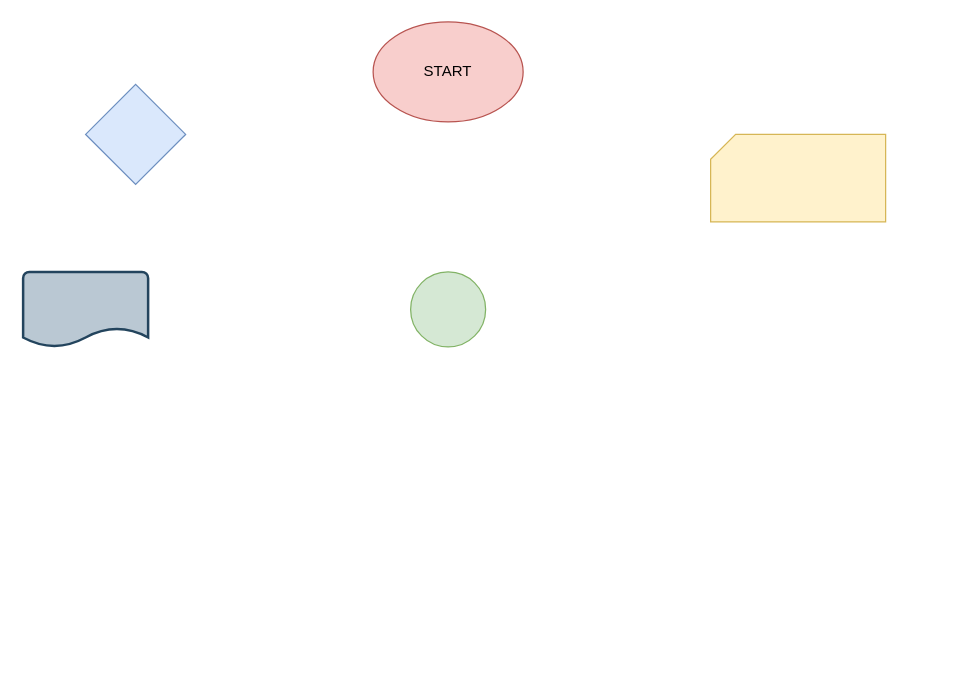
dovk/fintek-cobol keeps this draw.io diagram as page "Gen" (1 of 2) of resources/pgm.drawio. Above is the earlier version. Source tidied: cells renumbered, new cells numbered last; positions are measured from the earlier drawing's top-left corner, leaving out a move shared by most shapes. Both pictures are drawn from the tidied source at 125%, with x=0, y=0 at pixel (22, 21).
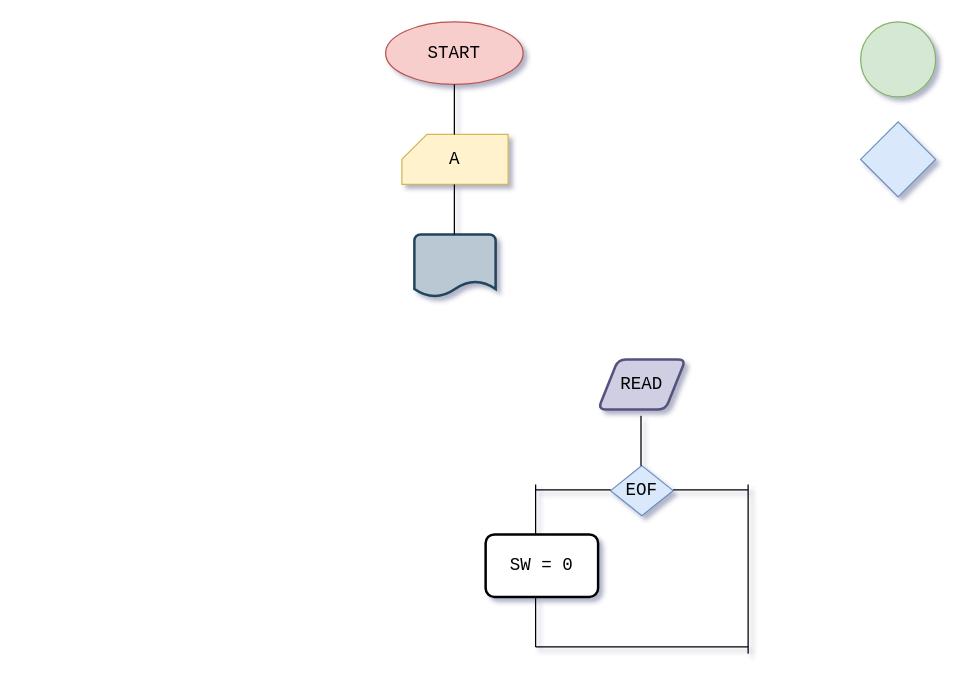
The same diagram, later.

What changed in the source:
```diff
@@
-<mxGraphModel>
+<mxGraphModel shadow="1">
@@
     <mxCell id="2" style="rhombus;whiteSpace=wrap;html=1;fillColor=#dae8fc;strokeColor=#6c8ebf;" parent="1" vertex="1">
-      <mxGeometry x="50" y="50" width="80" height="80" as="geometry" />
+      <mxGeometry x="670" y="80" width="60" height="60" as="geometry" />
     </mxCell>
-    <mxCell id="3" value="START" style="ellipse;whiteSpace=wrap;html=1;fillColor=#f8cecc;strokeColor=#b85450;" parent="1" vertex="1">
-      <mxGeometry x="280" width="120" height="80" as="geometry" />
+    <mxCell id="3" value="&lt;font style=&quot;font-size: 14px&quot; face=&quot;Courier New&quot;&gt;START&lt;/font&gt;" style="ellipse;whiteSpace=wrap;html=1;fillColor=#f8cecc;strokeColor=#b85450;" parent="1" vertex="1">
+      <mxGeometry x="290" width="110" height="50" as="geometry" />
     </mxCell>
     <mxCell id="4" style="strokeWidth=2;html=1;shape=mxgraph.flowchart.document2;whiteSpace=wrap;size=0.25;fillColor=#bac8d3;strokeColor=#23445d;" parent="1" vertex="1">
-      <mxGeometry y="200" width="100" height="60" as="geometry" />
+      <mxGeometry x="313" y="170" width="65" height="50" as="geometry" />
     </mxCell>
     <mxCell id="5" style="verticalLabelPosition=bottom;verticalAlign=top;html=1;shape=mxgraph.flowchart.on-page_reference;fillColor=#d5e8d4;strokeColor=#82b366;" parent="1" vertex="1">
-      <mxGeometry x="310" y="200" width="60" height="60" as="geometry" />
+      <mxGeometry x="670" width="60" height="60" as="geometry" />
     </mxCell>
-    <mxCell id="6" style="shape=card;whiteSpace=wrap;html=1;size=20;fillColor=#fff2cc;strokeColor=#d6b656;" parent="1" vertex="1">
-      <mxGeometry x="550" y="90" width="140" height="70" as="geometry" />
+    <mxCell id="6" value="&lt;font face=&quot;Courier New&quot; style=&quot;font-size: 14px&quot;&gt;A&lt;/font&gt;" style="shape=card;whiteSpace=wrap;html=1;size=20;fillColor=#fff2cc;strokeColor=#d6b656;" parent="1" vertex="1">
+      <mxGeometry x="303" y="90" width="85" height="40" as="geometry" />
     </mxCell>
+    <mxCell id="7" style="endArrow=none;html=1;" parent="1" edge="1">
+      <mxGeometry relative="1" as="geometry">
+        <mxPoint x="345" y="90" as="sourcePoint" />
+        <mxPoint x="345" y="50" as="targetPoint" />
+      </mxGeometry>
+    </mxCell>
+    <mxCell id="8" style="endArrow=none;html=1;" parent="1" edge="1">
+      <mxGeometry relative="1" as="geometry">
+        <mxPoint x="345" y="170" as="sourcePoint" />
+        <mxPoint x="345" y="130" as="targetPoint" />
+        <Array as="points">
+          <mxPoint x="345" y="170" />
+        </Array>
+      </mxGeometry>
+    </mxCell>
+    <mxCell id="9" style="edgeStyle=orthogonalEdgeStyle;rounded=0;orthogonalLoop=1;jettySize=auto;html=1;exitX=0.5;exitY=1;exitDx=0;exitDy=0;" parent="1" edge="1" source="2" target="2">
+      <mxGeometry relative="1" as="geometry" />
+    </mxCell>
+    <mxCell id="10" value="&lt;font face=&quot;Courier New&quot; style=&quot;font-size: 14px&quot;&gt;READ&lt;/font&gt;" style="shape=parallelogram;html=1;strokeWidth=2;perimeter=parallelogramPerimeter;whiteSpace=wrap;rounded=1;arcSize=12;size=0.23;fillColor=#d0cee2;strokeColor=#56517e;" parent="1" vertex="1">
+      <mxGeometry x="460" y="270" width="70" height="40" as="geometry" />
+    </mxCell>
+    <mxCell id="11" value="&lt;font face=&quot;Courier New&quot; style=&quot;font-size: 14px&quot;&gt;EOF&lt;/font&gt;" style="rhombus;whiteSpace=wrap;html=1;fillColor=#dae8fc;strokeColor=#6c8ebf;" parent="1" vertex="1">
+      <mxGeometry x="470" y="355" width="50" height="40" as="geometry" />
+    </mxCell>
+    <mxCell id="12" style="endArrow=none;html=1;" parent="1" edge="1">
+      <mxGeometry relative="1" as="geometry">
+        <mxPoint x="410" y="374.3" as="sourcePoint" />
+        <mxPoint x="470" y="374.3" as="targetPoint" />
+      </mxGeometry>
+    </mxCell>
+    <mxCell id="13" style="endArrow=none;html=1;" parent="1" edge="1">
+      <mxGeometry relative="1" as="geometry">
+        <mxPoint x="520" y="374.3" as="sourcePoint" />
+        <mxPoint x="580" y="374.3" as="targetPoint" />
+      </mxGeometry>
+    </mxCell>
+    <mxCell id="14" style="endArrow=none;html=1;" parent="1" edge="1">
+      <mxGeometry relative="1" as="geometry">
+        <mxPoint x="494.3" y="355" as="sourcePoint" />
+        <mxPoint x="494.3" y="315" as="targetPoint" />
+        <Array as="points">
+          <mxPoint x="494.3" y="355" />
+        </Array>
+      </mxGeometry>
+    </mxCell>
+    <mxCell id="15" style="endArrow=none;html=1;" parent="1" edge="1">
+      <mxGeometry relative="1" as="geometry">
+        <mxPoint x="410" y="410" as="sourcePoint" />
+        <mxPoint x="410" y="370" as="targetPoint" />
+        <Array as="points">
+          <mxPoint x="410" y="410" />
+        </Array>
+      </mxGeometry>
+    </mxCell>
+    <mxCell id="16" style="endArrow=none;html=1;" parent="1" edge="1">
+      <mxGeometry relative="1" as="geometry">
+        <mxPoint x="580" y="410" as="sourcePoint" />
+        <mxPoint x="580" y="370" as="targetPoint" />
+        <Array as="points">
+          <mxPoint x="580" y="510" />
+        </Array>
+      </mxGeometry>
+    </mxCell>
+    <mxCell id="17" value="&lt;font style=&quot;font-size: 14px&quot; face=&quot;Courier New&quot;&gt;SW = 0&lt;/font&gt;" style="rounded=1;whiteSpace=wrap;html=1;absoluteArcSize=1;arcSize=14;strokeWidth=2;" parent="1" vertex="1">
+      <mxGeometry x="370" y="410" width="90" height="50" as="geometry" />
+    </mxCell>
+    <mxCell id="18" style="endArrow=none;html=1;" parent="1" edge="1">
+      <mxGeometry relative="1" as="geometry">
+        <mxPoint x="410" y="500" as="sourcePoint" />
+        <mxPoint x="410" y="460" as="targetPoint" />
+        <Array as="points">
+          <mxPoint x="410" y="500" />
+        </Array>
+      </mxGeometry>
+    </mxCell>
+    <mxCell id="19" style="endArrow=none;html=1;" parent="1" edge="1">
+      <mxGeometry relative="1" as="geometry">
+        <mxPoint x="410" y="500" as="sourcePoint" />
+        <mxPoint x="580" y="500" as="targetPoint" />
+      </mxGeometry>
+    </mxCell>
```
